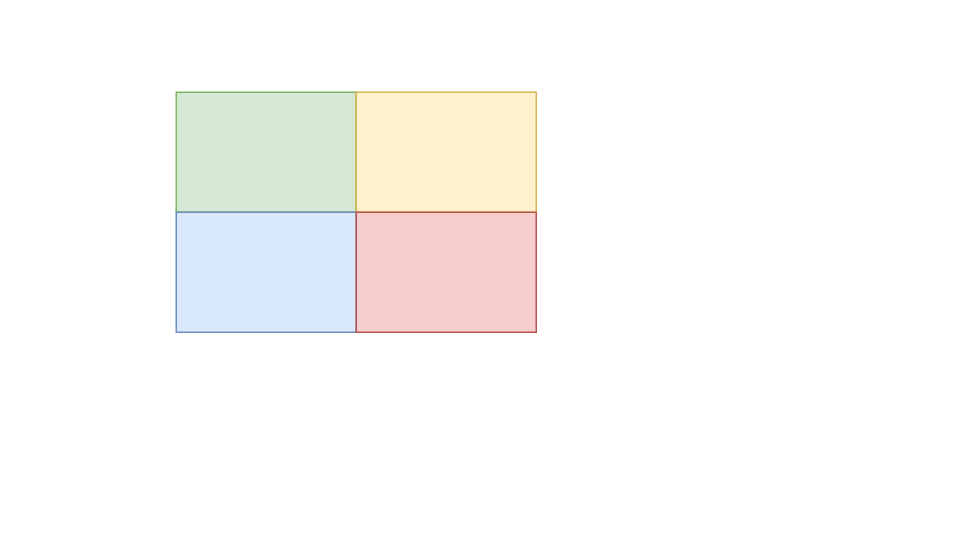
Before: Untitled Diagram.drawio in pyhub01/Chapter-3-Illustrations, a draw.io diagram. Source tidied: cells renumbered, new cells numbered last; positions are measured from the earlier drawing's top-left corner, leaving out a move shared by most shapes. Both pictures are drawn from the tidied source at 150%, with x=0, y=0 at pixel (176, 92).
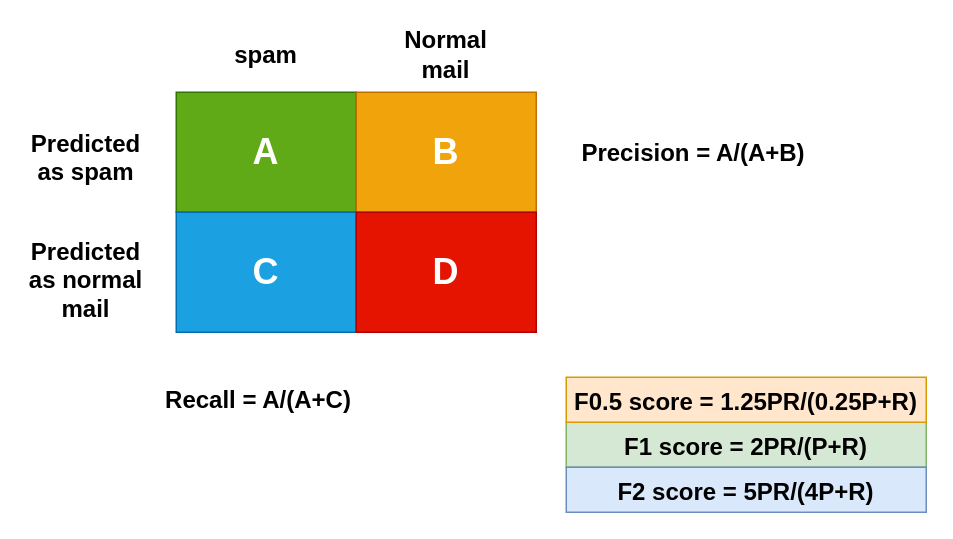
Above is the later version.

Diff of the diagram source:
```diff
@@
 <mxGraphModel>
   <root>
     <mxCell id="0" />
     <mxCell id="1" parent="0" />
-    <mxCell id="2" style="rounded=0;whiteSpace=wrap;html=1;fillColor=#d5e8d4;strokeColor=#82b366;" parent="1" vertex="1">
+    <mxCell id="2" style="rounded=0;whiteSpace=wrap;html=1;fillColor=#60a917;strokeColor=#2D7600;fontColor=#ffffff;" parent="1" vertex="1">
       <mxGeometry width="120" height="80" as="geometry" />
     </mxCell>
-    <mxCell id="3" style="rounded=0;whiteSpace=wrap;html=1;fillColor=#fff2cc;strokeColor=#d6b656;" parent="1" vertex="1">
+    <mxCell id="3" style="rounded=0;whiteSpace=wrap;html=1;fillColor=#f0a30a;strokeColor=#BD7000;fontColor=#000000;" parent="1" vertex="1">
       <mxGeometry x="120" width="120" height="80" as="geometry" />
     </mxCell>
-    <mxCell id="4" style="rounded=0;whiteSpace=wrap;html=1;fillColor=#dae8fc;strokeColor=#6c8ebf;" parent="1" vertex="1">
+    <mxCell id="4" style="rounded=0;whiteSpace=wrap;html=1;fillColor=#1ba1e2;strokeColor=#006EAF;fontColor=#ffffff;" parent="1" vertex="1">
       <mxGeometry y="80" width="120" height="80" as="geometry" />
     </mxCell>
-    <mxCell id="5" style="rounded=0;whiteSpace=wrap;html=1;fillColor=#f8cecc;strokeColor=#b85450;" parent="1" vertex="1">
+    <mxCell id="5" style="rounded=0;whiteSpace=wrap;html=1;fillColor=#e51400;strokeColor=#B20000;fontColor=#ffffff;" parent="1" vertex="1">
       <mxGeometry x="120" y="80" width="120" height="80" as="geometry" />
     </mxCell>
+    <mxCell id="6" value="spam" style="text;html=1;strokeColor=none;fillColor=none;align=center;verticalAlign=middle;whiteSpace=wrap;rounded=0;fontSize=16;fontStyle=1;" parent="1" vertex="1">
+      <mxGeometry x="30" y="-40" width="60" height="30" as="geometry" />
+    </mxCell>
+    <mxCell id="7" value="Normal mail" style="text;html=1;strokeColor=none;fillColor=none;align=center;verticalAlign=middle;whiteSpace=wrap;rounded=0;fontSize=16;fontStyle=1;" parent="1" vertex="1">
+      <mxGeometry x="135" y="-40" width="90" height="30" as="geometry" />
+    </mxCell>
+    <mxCell id="8" value="Predicted as normal mail" style="text;whiteSpace=wrap;html=1;align=center;fontSize=16;fontStyle=1;" parent="1" vertex="1">
+      <mxGeometry x="-100" y="90" width="80" height="45" as="geometry" />
+    </mxCell>
+    <mxCell id="9" value="Predicted as spam" style="text;whiteSpace=wrap;html=1;align=center;fontSize=16;fontStyle=1;" parent="1" vertex="1">
+      <mxGeometry x="-100" y="17.5" width="80" height="45" as="geometry" />
+    </mxCell>
+    <mxCell id="10" value="A" style="text;html=1;strokeColor=none;fillColor=none;align=center;verticalAlign=middle;whiteSpace=wrap;rounded=0;fontSize=24;fontStyle=1;fontColor=#FFFFFF;" parent="1" vertex="1">
+      <mxGeometry x="30" y="25" width="60" height="30" as="geometry" />
+    </mxCell>
+    <mxCell id="11" value="B" style="text;html=1;strokeColor=none;fillColor=none;align=center;verticalAlign=middle;whiteSpace=wrap;rounded=0;fontSize=24;fontStyle=1;fontColor=#FFFFFF;" parent="1" vertex="1">
+      <mxGeometry x="150" y="25" width="60" height="30" as="geometry" />
+    </mxCell>
+    <mxCell id="12" value="C" style="text;html=1;strokeColor=none;fillColor=none;align=center;verticalAlign=middle;whiteSpace=wrap;rounded=0;fontSize=24;fontStyle=1;fontColor=#FFFFFF;" parent="1" vertex="1">
+      <mxGeometry x="30" y="105" width="60" height="30" as="geometry" />
+    </mxCell>
+    <mxCell id="13" value="D" style="text;html=1;strokeColor=none;fillColor=none;align=center;verticalAlign=middle;whiteSpace=wrap;rounded=0;fontSize=24;fontStyle=1;fontColor=#FFFFFF;" parent="1" vertex="1">
+      <mxGeometry x="150" y="105" width="60" height="30" as="geometry" />
+    </mxCell>
+    <mxCell id="14" value="Precision = A/(A+B)" style="text;html=1;strokeColor=none;fillColor=none;align=center;verticalAlign=middle;whiteSpace=wrap;rounded=0;fontSize=16;fontColor=#000000;fontStyle=1;" parent="1" vertex="1">
+      <mxGeometry x="250" y="25" width="190" height="30" as="geometry" />
+    </mxCell>
+    <mxCell id="15" value="Recall = A/(A+C)" style="text;html=1;strokeColor=none;fillColor=none;align=center;verticalAlign=middle;whiteSpace=wrap;rounded=0;fontSize=16;fontColor=#000000;fontStyle=1;" parent="1" vertex="1">
+      <mxGeometry x="-20" y="190" width="150" height="30" as="geometry" />
+    </mxCell>
+    <mxCell id="16" value="F1 score = 2PR/(P+R)" style="text;whiteSpace=wrap;html=1;fontSize=16;fontStyle=1;fillColor=#d5e8d4;strokeColor=#82b366;align=center;" parent="1" vertex="1">
+      <mxGeometry x="260" y="220" width="240" height="30" as="geometry" />
+    </mxCell>
+    <mxCell id="17" value="F2 score = 5PR/(4P+R)" style="text;whiteSpace=wrap;html=1;fontSize=16;fontStyle=1;fillColor=#dae8fc;strokeColor=#6c8ebf;align=center;" parent="1" vertex="1">
+      <mxGeometry x="260" y="250" width="240" height="30" as="geometry" />
+    </mxCell>
+    <mxCell id="18" value="F0.5 score = 1.25PR/(0.25P+R)" style="text;whiteSpace=wrap;html=1;fontSize=16;fontStyle=1;fillColor=#ffe6cc;strokeColor=#d79b00;align=center;" parent="1" vertex="1">
+      <mxGeometry x="260" y="190" width="240" height="30" as="geometry" />
+    </mxCell>
   </root>
 </mxGraphModel>
```
